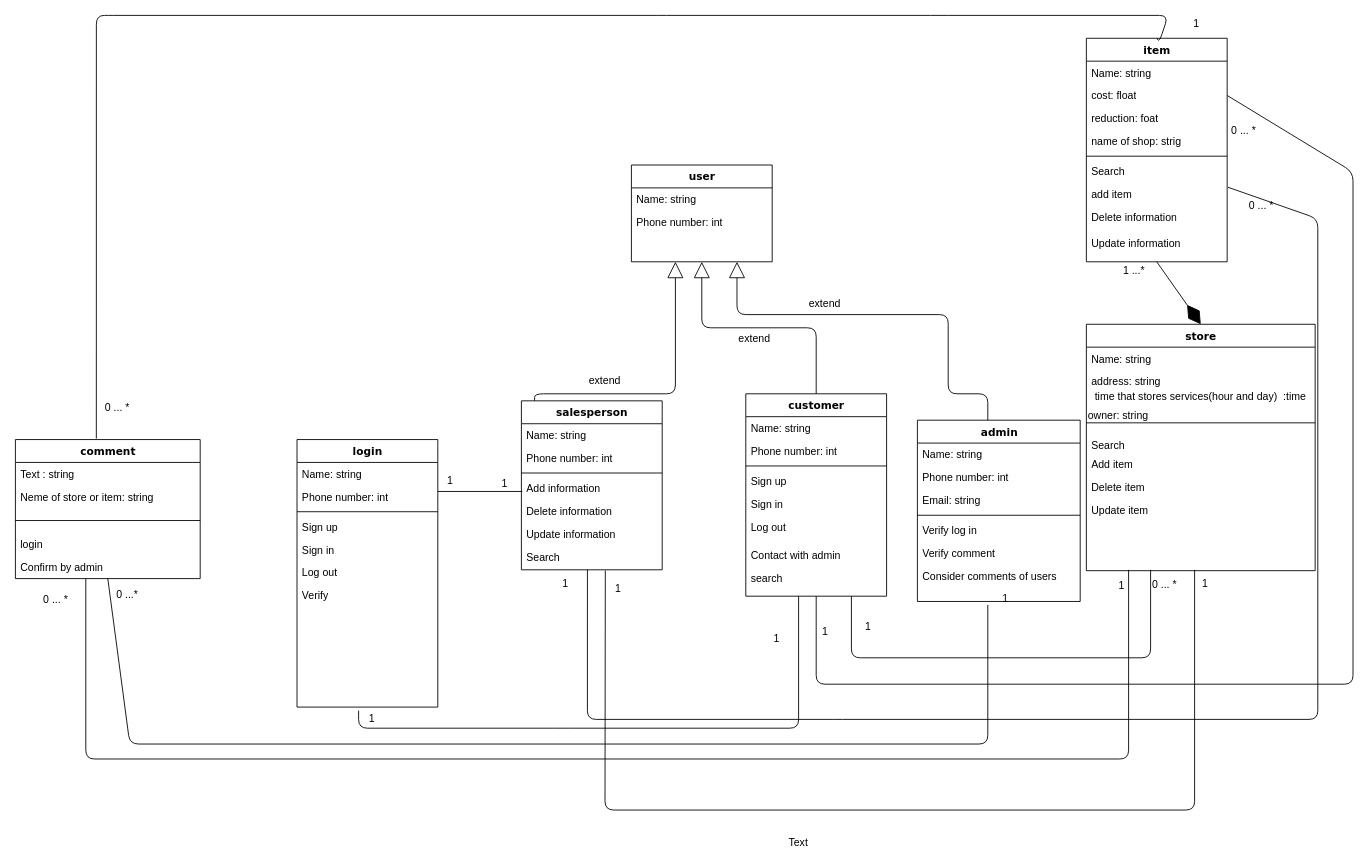
Earlier version of the draw.io diagram class diagram/Untitled Diagram (5) (16).drawio (aenad/iut_foods). Source tidied: cells renumbered, new cells numbered last; positions are measured from the earlier drawing's top-left corner, leaving out a move shared by most shapes. Both pictures are drawn from the tidied source at 88%, with x=0, y=0 at pixel (15, 15).
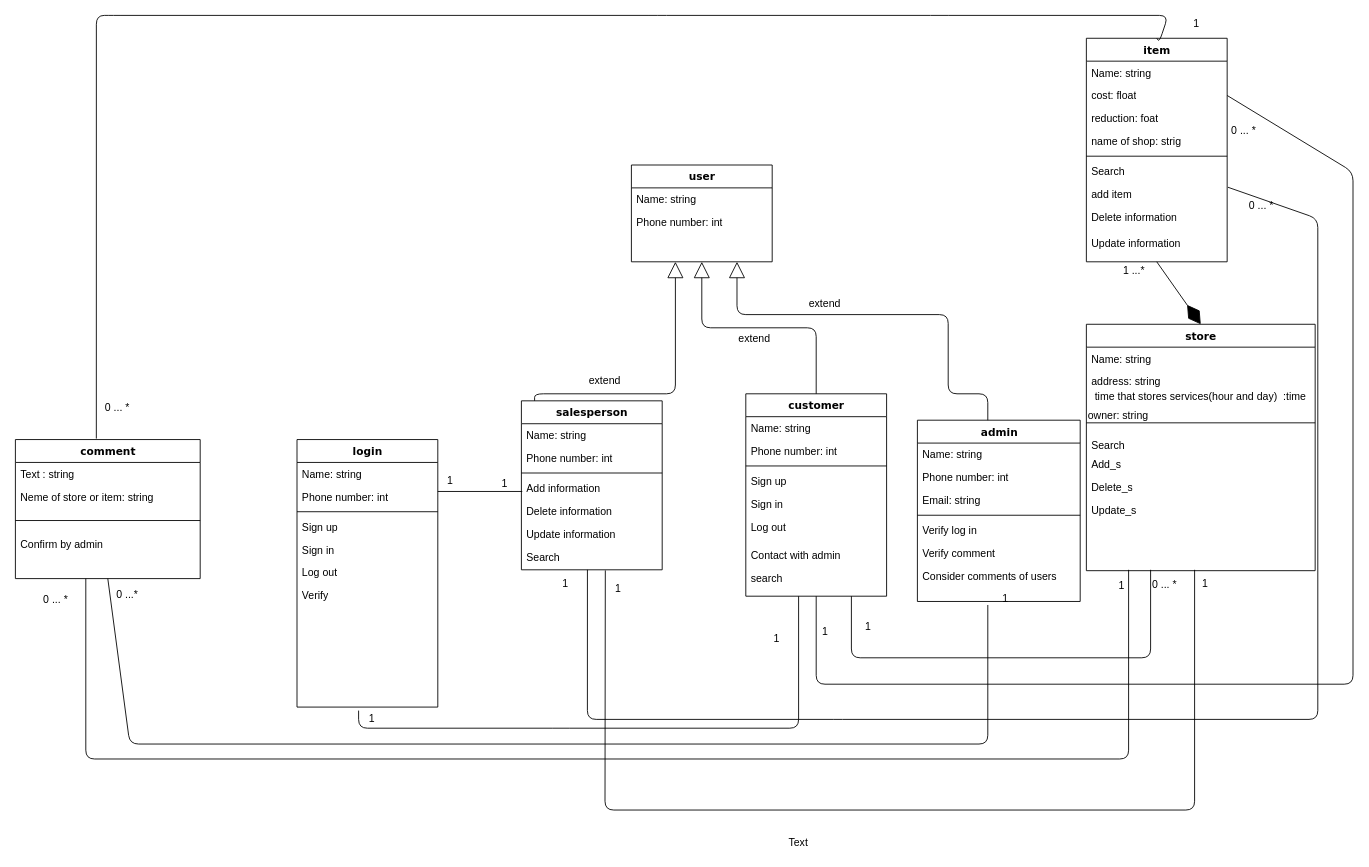
The same page after the edit.

Unchanged cells that the change refers to:
```xml
<mxCell id="5" value="comment" style="swimlane;html=1;fontStyle=1;align=center;verticalAlign=top;horizontal=1;startSize=26;swimlaneFillColor=#ffffff;rounded=0;shadow=0;comic=0;labelBackgroundColor=none;strokeColor=#000000;strokeWidth=1;fillColor=none;fontFamily=Verdana;fontSize=12;fontColor=#000000;" parent="1" vertex="1">
  <mxGeometry y="482" width="210" height="158" as="geometry" />
</mxCell>
<mxCell id="47" value="store" style="swimlane;html=1;fontStyle=1;align=center;verticalAlign=top;horizontal=1;startSize=26;swimlaneFillColor=#ffffff;rounded=0;shadow=0;comic=0;labelBackgroundColor=none;strokeColor=#000000;strokeWidth=1;fillColor=none;fontFamily=Verdana;fontSize=12;fontColor=#000000;" parent="1" vertex="1">
  <mxGeometry x="1217" y="351" width="260" height="280" as="geometry" />
</mxCell>
```

Change to the diagram source:
```diff
@@
-    <mxCell id="9" value="login" style="text;html=1;strokeColor=none;fillColor=none;align=left;verticalAlign=top;spacingLeft=4;spacingRight=4;whiteSpace=wrap;overflow=hidden;" parent="5" vertex="1">
-      <mxGeometry y="106" width="210" height="26" as="geometry" />
-    </mxCell>
     <mxCell id="10" value="Confirm by admin" style="text;html=1;strokeColor=none;fillColor=none;align=left;verticalAlign=top;spacingLeft=4;spacingRight=4;whiteSpace=wrap;overflow=hidden;" parent="5" vertex="1">
-      <mxGeometry y="132" width="210" height="26" as="geometry" />
+      <mxGeometry y="106" width="210" height="26" as="geometry" />
     </mxCell>
@@
-    <mxCell id="53" value="Add item" style="text;html=1;strokeColor=none;fillColor=none;align=left;verticalAlign=top;spacingLeft=4;spacingRight=4;whiteSpace=wrap;overflow=hidden;" parent="47" vertex="1">
+    <mxCell id="53" value="Add_s" style="text;html=1;strokeColor=none;fillColor=none;align=left;verticalAlign=top;spacingLeft=4;spacingRight=4;whiteSpace=wrap;overflow=hidden;" parent="47" vertex="1">
       <mxGeometry y="146" width="260" height="26" as="geometry" />
     </mxCell>
-    <mxCell id="54" value="Delete item" style="text;html=1;strokeColor=none;fillColor=none;align=left;verticalAlign=top;spacingLeft=4;spacingRight=4;whiteSpace=wrap;overflow=hidden;" parent="47" vertex="1">
+    <mxCell id="54" value="Delete_s" style="text;html=1;strokeColor=none;fillColor=none;align=left;verticalAlign=top;spacingLeft=4;spacingRight=4;whiteSpace=wrap;overflow=hidden;" parent="47" vertex="1">
       <mxGeometry y="172" width="260" height="26" as="geometry" />
     </mxCell>
-    <mxCell id="55" value="Update item&amp;nbsp;" style="text;html=1;strokeColor=none;fillColor=none;align=left;verticalAlign=top;spacingLeft=4;spacingRight=4;whiteSpace=wrap;overflow=hidden;" parent="47" vertex="1">
+    <mxCell id="55" value="Update_s" style="text;html=1;strokeColor=none;fillColor=none;align=left;verticalAlign=top;spacingLeft=4;spacingRight=4;whiteSpace=wrap;overflow=hidden;" parent="47" vertex="1">
       <mxGeometry y="198" width="260" height="26" as="geometry" />
     </mxCell>
```
